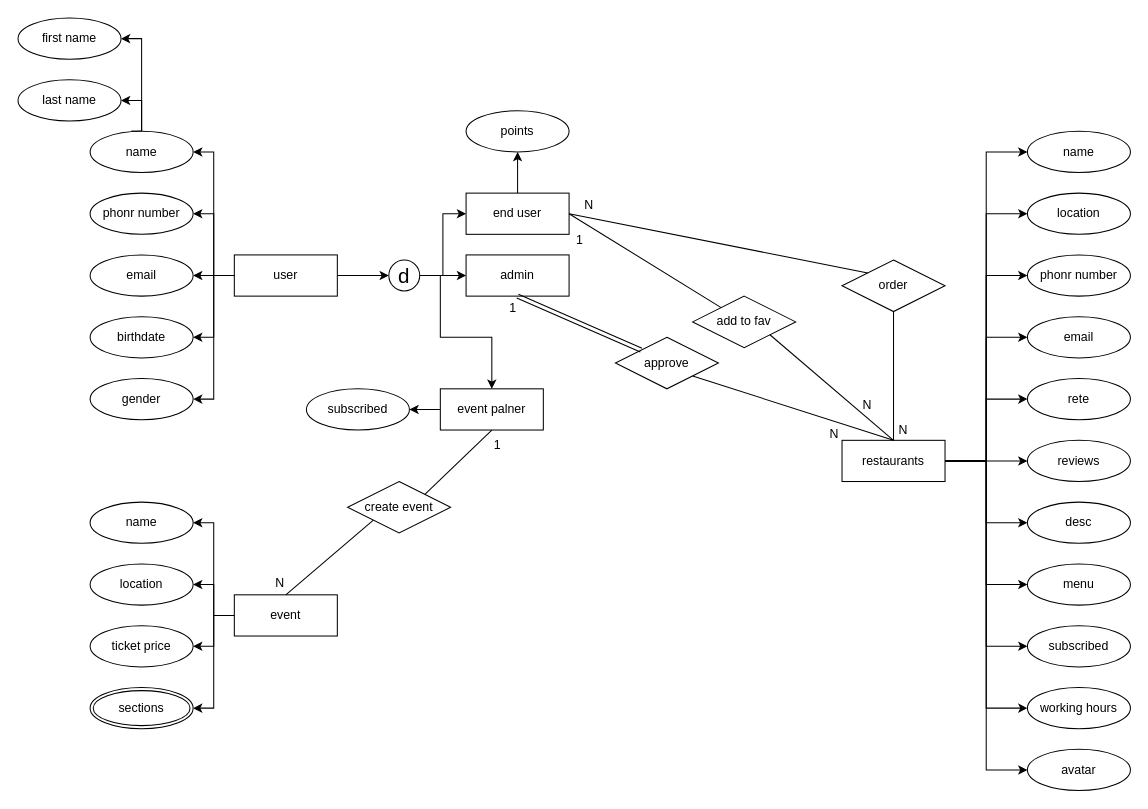
This is page "EERD" (1 of 3) of docs/EcoSphere.drawio from marinaeleshaa/EcoSphere, a draw.io file, before an edit. Source tidied: cells renumbered, new cells numbered last; positions are measured from the earlier drawing's top-left corner, leaving out a move shared by most shapes. Both pictures are drawn from the tidied source at 103%, with x=0, y=0 at pixel (18, 18).
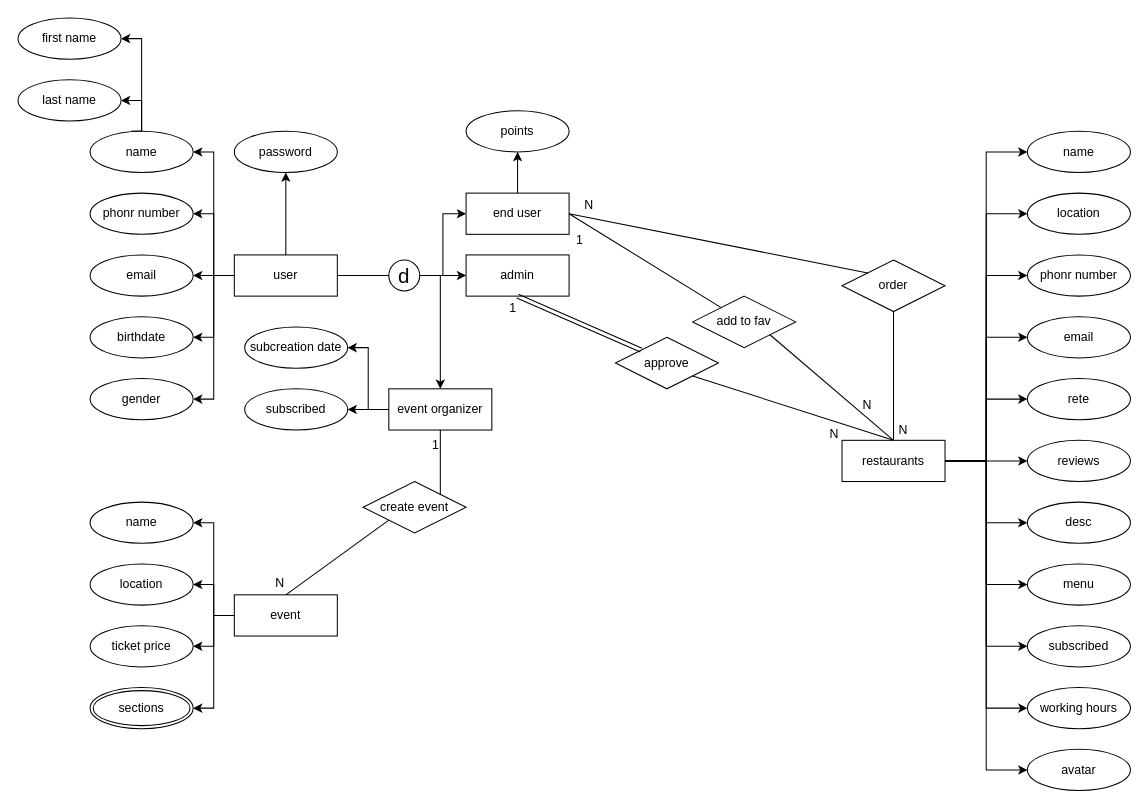
Above is the later version.

Unchanged cells that the change refers to:
```xml
<mxCell id="32" value="user" style="whiteSpace=wrap;html=1;align=center;" parent="1" vertex="1">
  <mxGeometry x="210" y="230" width="100" height="40" as="geometry" />
</mxCell>
<mxCell id="50" value="&lt;font style=&quot;font-size: 20px;&quot;&gt;d&lt;/font&gt;" style="ellipse;whiteSpace=wrap;html=1;" parent="1" vertex="1">
  <mxGeometry x="360" y="235" width="30" height="30" as="geometry" />
</mxCell>
```

Diff of the diagram source:
```diff
@@
-    <mxCell id="30" style="edgeStyle=orthogonalEdgeStyle;rounded=0;jettySize=auto;html=1;" parent="1" edge="1" source="32" target="50">
-      <mxGeometry relative="1" as="geometry" />
-    </mxCell>
@@
+    <mxCell id="82" style="edgeStyle=orthogonalEdgeStyle;rounded=0;jettySize=auto;html=1;entryX=0.5;entryY=1;entryDx=0;entryDy=0;" parent="1" edge="1" source="32" target="84">
+      <mxGeometry relative="1" as="geometry" />
+    </mxCell>
@@
     <mxCell id="36" value="&lt;span class=&quot;RES9jf JMhlc&quot;&gt;subscribed&lt;/span&gt;" style="ellipse;whiteSpace=wrap;html=1;align=center;" parent="1" vertex="1">
-      <mxGeometry x="280" y="360" width="100" height="40" as="geometry" />
+      <mxGeometry x="220" y="360" width="100" height="40" as="geometry" />
     </mxCell>
@@
+    <mxCell id="83" style="edgeStyle=orthogonalEdgeStyle;rounded=0;jettySize=auto;html=1;entryX=1;entryY=0.5;entryDx=0;entryDy=0;" parent="1" edge="1" source="46" target="85">
+      <mxGeometry relative="1" as="geometry" />
+    </mxCell>
-    <mxCell id="46" value="event palner" style="whiteSpace=wrap;html=1;align=center;" parent="1" vertex="1">
-      <mxGeometry x="410" y="360" width="100" height="40" as="geometry" />
+    <mxCell id="46" value="event organizer" style="whiteSpace=wrap;html=1;align=center;" parent="1" vertex="1">
+      <mxGeometry x="360" y="360" width="100" height="40" as="geometry" />
     </mxCell>
@@
     <mxCell id="49" style="edgeStyle=orthogonalEdgeStyle;rounded=0;jettySize=auto;html=1;entryX=0.5;entryY=0;entryDx=0;entryDy=0;" parent="1" edge="1" source="50" target="46">
       <mxGeometry relative="1" as="geometry">
         <Array as="points">
           <mxPoint x="410" y="250" />
-          <mxPoint x="410" y="310" />
-          <mxPoint x="460" y="310" />
+          <mxPoint x="410" y="360" />
         </Array>
       </mxGeometry>
     </mxCell>
@@
     <mxCell id="65" value="create event" style="shape=rhombus;perimeter=rhombusPerimeter;whiteSpace=wrap;html=1;align=center;" parent="1" vertex="1">
-      <mxGeometry x="320" y="450" width="100" height="50" as="geometry" />
+      <mxGeometry x="335" y="450" width="100" height="50" as="geometry" />
     </mxCell>
@@
     <mxCell id="76" value="1" style="html=1;whiteSpace=wrap;align=right;verticalAlign=bottom;" parent="1" vertex="1">
-      <mxGeometry x="470" y="423" as="geometry" />
+      <mxGeometry x="410" y="423" as="geometry" />
     </mxCell>
@@
+    <mxCell id="84" value="password" style="ellipse;whiteSpace=wrap;html=1;align=center;" parent="1" vertex="1">
+      <mxGeometry x="210" y="110" width="100" height="40" as="geometry" />
+    </mxCell>
+    <mxCell id="30" style="endArrow=none;html=1;rounded=0;exitX=1;exitY=0.5;exitDx=0;exitDy=0;entryX=0;entryY=0.5;entryDx=0;entryDy=0;" parent="1" edge="1" source="32" target="50">
+      <mxGeometry relative="1" as="geometry" />
+    </mxCell>
+    <mxCell id="85" value="subcreation date" style="ellipse;whiteSpace=wrap;html=1;align=center;" parent="1" vertex="1">
+      <mxGeometry x="220" y="300" width="100" height="40" as="geometry" />
+    </mxCell>
```
